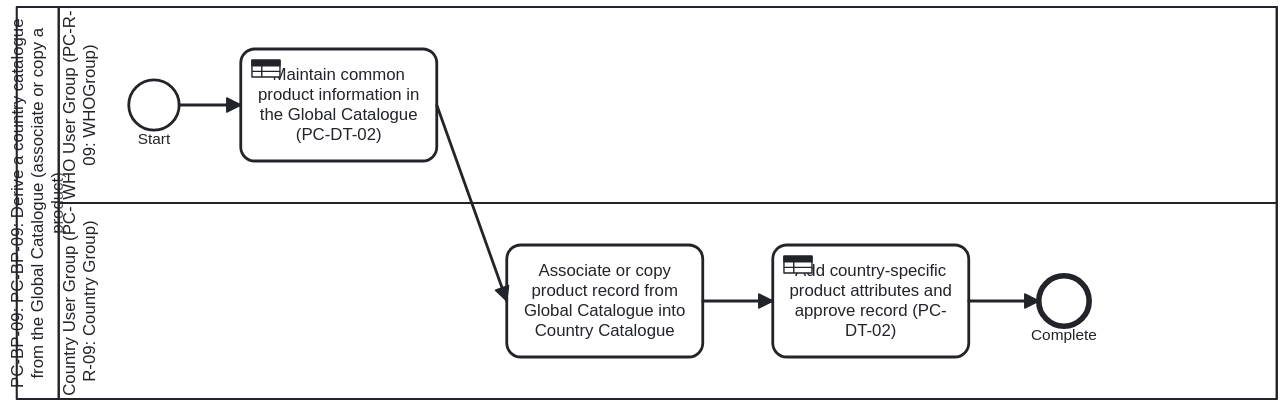
litlfred/dth-pc keeps this BPMN diagram as folio/dth-pc/media/PC-BP-09.svg. Above is the earlier version. Its source is kept beside it as processes/PC-BP-09.bpmn. Ids are renumbered.
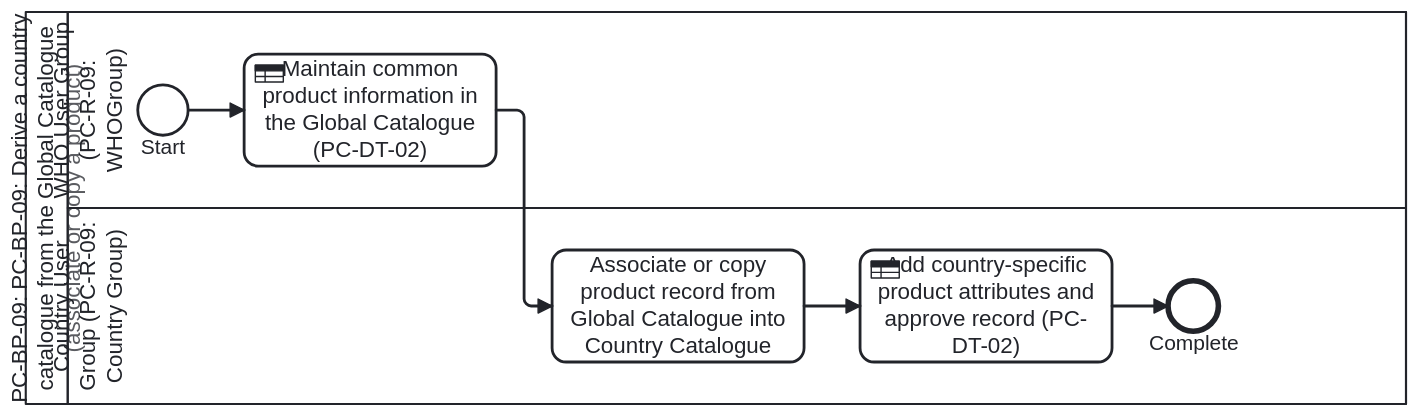
Later version of the same file.

Diff of the diagram source:
```diff
@@ -55,44 +55,46 @@
   <bpmndi:BPMNDiagram id="BPMNDiagram_PC_BP_09">
     <bpmndi:BPMNPlane id="BPMNPlane_PC_BP_09" bpmnElement="Collaboration_PC_BP_09">
       <bpmndi:BPMNShape id="Participant_PC_BP_09_di" bpmnElement="Participant_PC_BP_09" isHorizontal="true">
-        <dc:Bounds x="100" y="60" width="900" height="280" />
+        <dc:Bounds x="100" y="60" width="986" height="280" />
       </bpmndi:BPMNShape>
       <bpmndi:BPMNShape id="Lane_1_di" bpmnElement="Lane_1" isHorizontal="true">
-        <dc:Bounds x="130" y="60" width="870" height="140" />
+        <dc:Bounds x="130" y="60" width="956" height="140" />
       </bpmndi:BPMNShape>
       <bpmndi:BPMNShape id="Lane_2_di" bpmnElement="Lane_2" isHorizontal="true">
-        <dc:Bounds x="130" y="200" width="870" height="140" />
+        <dc:Bounds x="130" y="200" width="956" height="140" />
       </bpmndi:BPMNShape>
       <bpmndi:BPMNShape id="StartEvent_1_di" bpmnElement="StartEvent_1">
         <dc:Bounds x="180" y="112" width="36" height="36" />
       </bpmndi:BPMNShape>
       <bpmndi:BPMNShape id="Task_1_di" bpmnElement="Task_1">
-        <dc:Bounds x="260" y="90" width="140" height="80" />
+        <dc:Bounds x="256" y="90" width="180" height="80" />
       </bpmndi:BPMNShape>
       <bpmndi:BPMNShape id="Task_2_di" bpmnElement="Task_2">
-        <dc:Bounds x="450" y="230" width="140" height="80" />
+        <dc:Bounds x="476" y="230" width="180" height="80" />
       </bpmndi:BPMNShape>
       <bpmndi:BPMNShape id="Task_3_di" bpmnElement="Task_3">
-        <dc:Bounds x="640" y="230" width="140" height="80" />
+        <dc:Bounds x="696" y="230" width="180" height="80" />
       </bpmndi:BPMNShape>
       <bpmndi:BPMNShape id="EndEvent_1_di" bpmnElement="EndEvent_1">
-        <dc:Bounds x="830" y="252" width="36" height="36" />
+        <dc:Bounds x="916" y="252" width="36" height="36" />
       </bpmndi:BPMNShape>
       <bpmndi:BPMNEdge id="Flow_0_di" bpmnElement="Flow_0">
         <di:waypoint x="216" y="130" />
-        <di:waypoint x="260" y="130" />
+        <di:waypoint x="256" y="130" />
       </bpmndi:BPMNEdge>
       <bpmndi:BPMNEdge id="Flow_1_di" bpmnElement="Flow_1">
-        <di:waypoint x="400" y="130" />
-        <di:waypoint x="450" y="270" />
+        <di:waypoint x="436" y="130" />
+        <di:waypoint x="456" y="130" />
+        <di:waypoint x="456" y="270" />
+        <di:waypoint x="476" y="270" />
       </bpmndi:BPMNEdge>
       <bpmndi:BPMNEdge id="Flow_2_di" bpmnElement="Flow_2">
-        <di:waypoint x="590" y="270" />
-        <di:waypoint x="640" y="270" />
+        <di:waypoint x="656" y="270" />
+        <di:waypoint x="696" y="270" />
       </bpmndi:BPMNEdge>
       <bpmndi:BPMNEdge id="Flow_3_di" bpmnElement="Flow_3">
-        <di:waypoint x="780" y="270" />
-        <di:waypoint x="830" y="270" />
+        <di:waypoint x="876" y="270" />
+        <di:waypoint x="916" y="270" />
       </bpmndi:BPMNEdge>
     </bpmndi:BPMNPlane>
   </bpmndi:BPMNDiagram>
```
